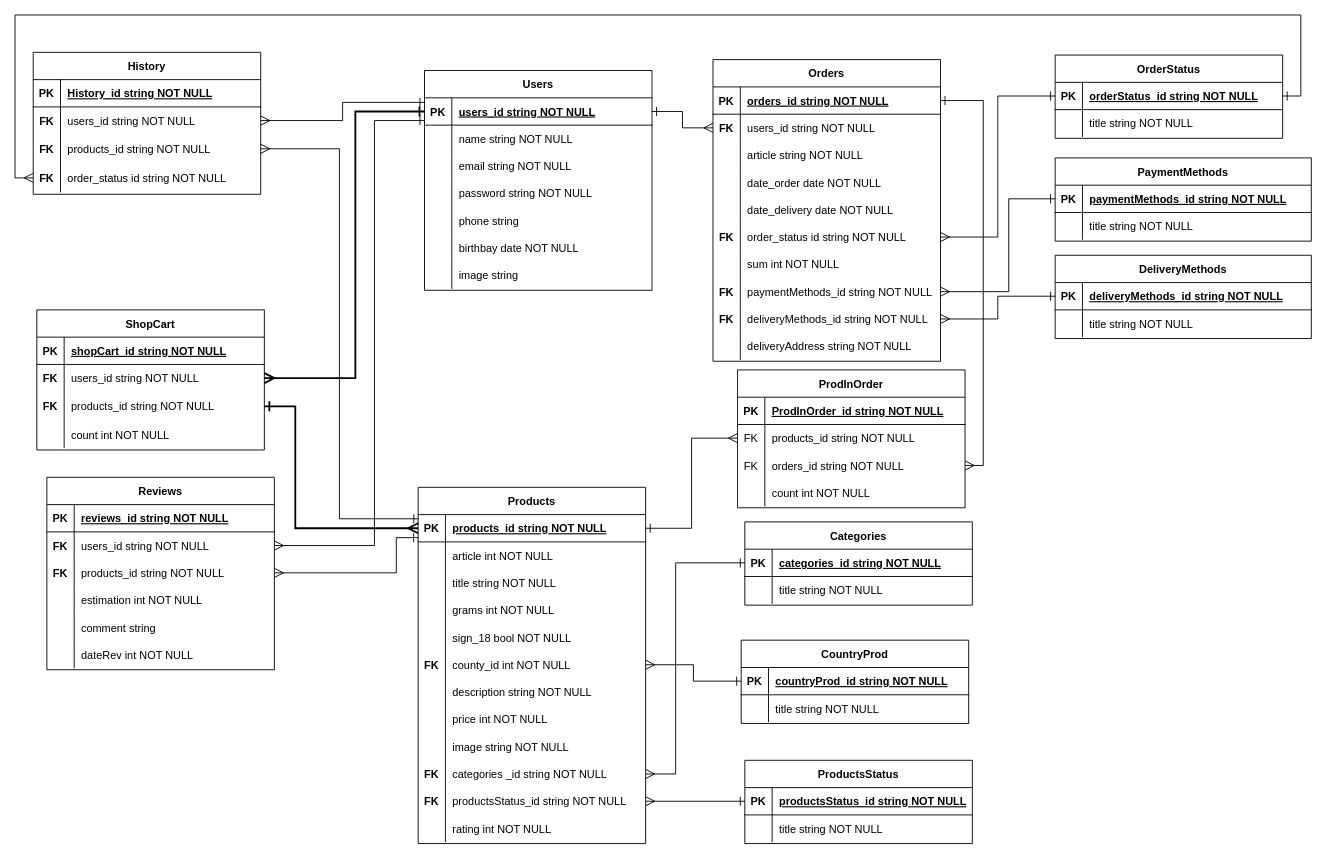
The draw.io diagram documents/ER-диаграмма базы данных онлайн-магазина Sunmul.drawio in GoncharovaNE33P/GiftShopSunmul, before the edit. Source tidied: cells renumbered, new cells numbered last; positions are measured from the earlier drawing's top-left corner, leaving out a move shared by most shapes. Both pictures are drawn from the tidied source at 91%, with x=0, y=0 at pixel (15, 15).
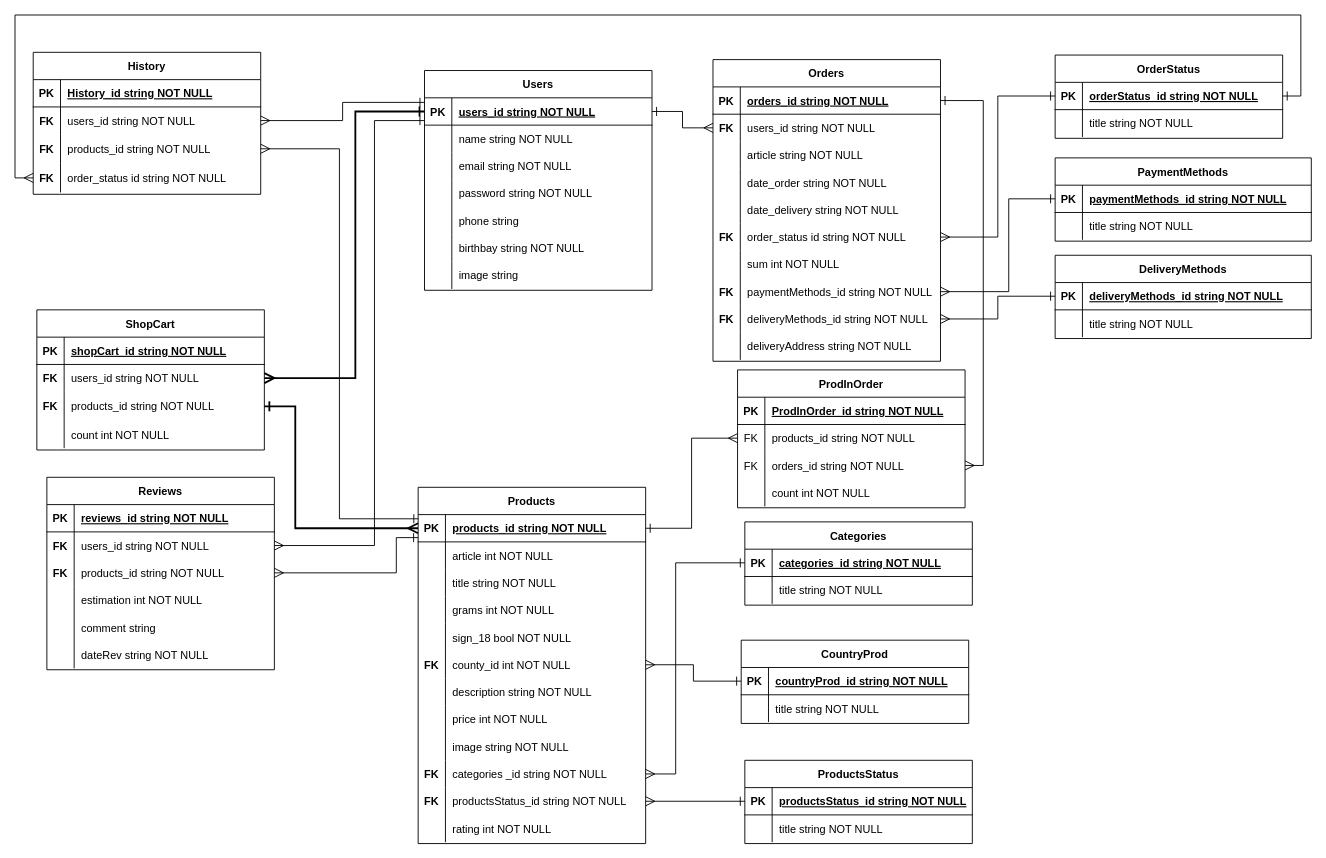
The same page after the edit.

Unchanged cells that the change refers to:
```xml
<mxCell id="18" style="shape=partialRectangle;fillColor=none;top=0;left=0;right=0;bottom=0;" parent="2" vertex="1">
  <mxGeometry y="180" width="250" height="30" as="geometry" />
</mxCell>
<mxCell id="34" style="shape=partialRectangle;fillColor=none;top=0;left=0;right=0;bottom=0;" parent="24" vertex="1">
  <mxGeometry y="120" width="250" height="30" as="geometry" />
</mxCell>
<mxCell id="37" style="shape=partialRectangle;fillColor=none;top=0;left=0;right=0;bottom=0;" parent="24" vertex="1">
  <mxGeometry y="150" width="250" height="30" as="geometry" />
</mxCell>
<mxCell id="166" style="shape=partialRectangle;fillColor=none;top=0;left=0;right=0;bottom=0;" parent="150" vertex="1">
  <mxGeometry y="180" width="250" height="30" as="geometry" />
</mxCell>
```

Diff of the diagram source:
```diff
@@
-    <mxCell id="20" value="birthbay date NOT NULL" style="shape=partialRectangle;overflow=hidden;fillColor=none;top=0;left=0;bottom=0;right=0;align=left;spacingLeft=6;" parent="18" vertex="1">
+    <mxCell id="20" value="birthbay string NOT NULL" style="shape=partialRectangle;overflow=hidden;fillColor=none;top=0;left=0;bottom=0;right=0;align=left;spacingLeft=6;" parent="18" vertex="1">
       <mxGeometry x="30" width="220" height="30" as="geometry" />
     </mxCell>
@@
-    <mxCell id="36" value="date_order date NOT NULL" style="shape=partialRectangle;overflow=hidden;fillColor=none;top=0;left=0;bottom=0;right=0;align=left;spacingLeft=6;" parent="34" vertex="1">
+    <mxCell id="36" value="date_order string NOT NULL" style="shape=partialRectangle;overflow=hidden;fillColor=none;top=0;left=0;bottom=0;right=0;align=left;spacingLeft=6;" parent="34" vertex="1">
       <mxGeometry x="30" width="220" height="30" as="geometry" />
     </mxCell>
@@
-    <mxCell id="39" value="date_delivery date NOT NULL" style="shape=partialRectangle;overflow=hidden;fillColor=none;top=0;left=0;bottom=0;right=0;align=left;spacingLeft=6;" parent="37" vertex="1">
+    <mxCell id="39" value="date_delivery string NOT NULL" style="shape=partialRectangle;overflow=hidden;fillColor=none;top=0;left=0;bottom=0;right=0;align=left;spacingLeft=6;" parent="37" vertex="1">
       <mxGeometry x="30" width="220" height="30" as="geometry" />
     </mxCell>
@@
-    <mxCell id="168" value="dateRev int NOT NULL " style="shape=partialRectangle;overflow=hidden;fillColor=none;top=0;left=0;bottom=0;right=0;align=left;spacingLeft=6;" parent="166" vertex="1">
+    <mxCell id="168" value="dateRev string NOT NULL " style="shape=partialRectangle;overflow=hidden;fillColor=none;top=0;left=0;bottom=0;right=0;align=left;spacingLeft=6;" parent="166" vertex="1">
       <mxGeometry x="30" width="220" height="30" as="geometry" />
     </mxCell>
```
